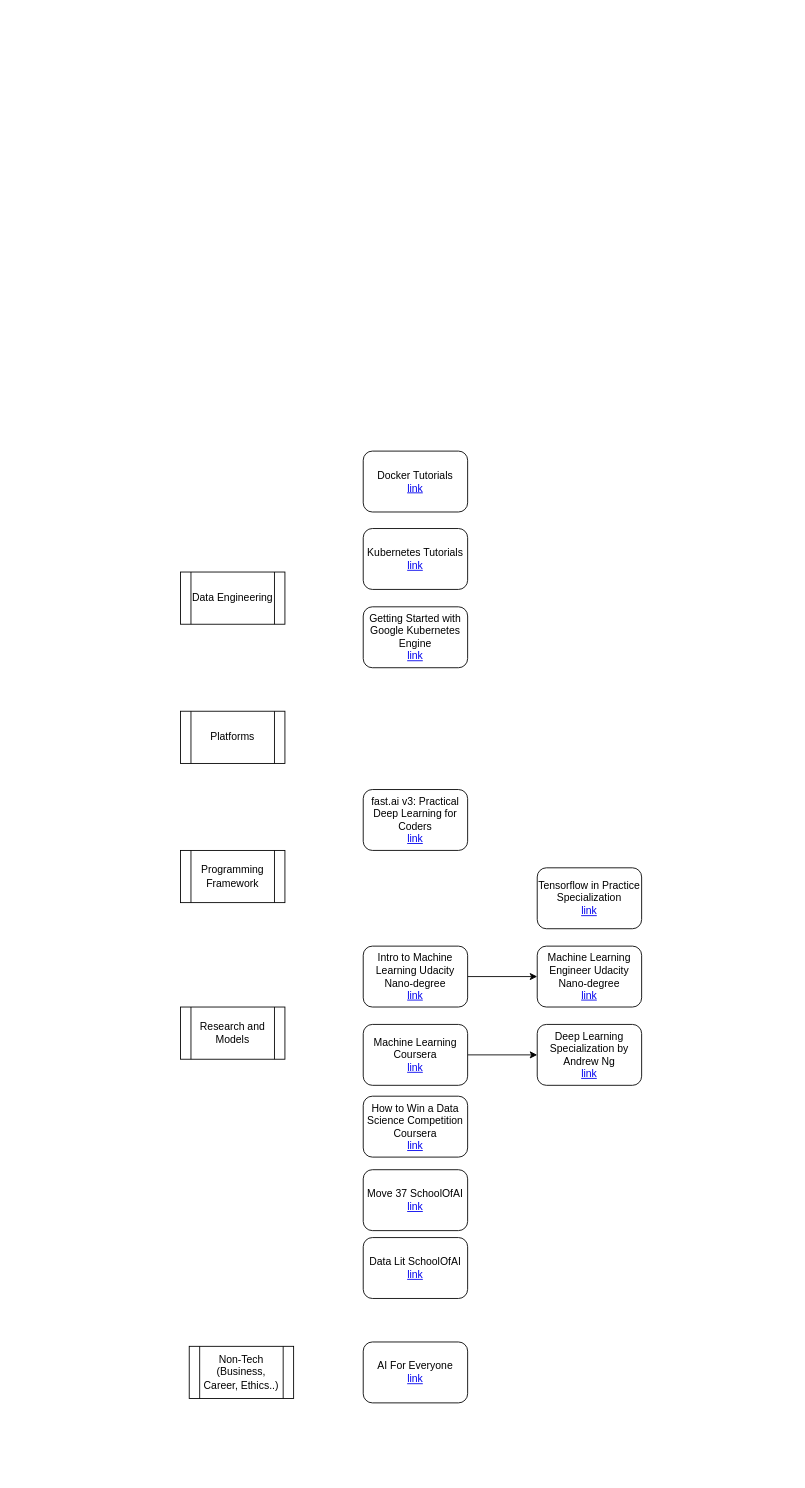
Earlier version of the draw.io diagram SofAI Curriculum.drawio (lucas29/GenevaSchoolofAI). Source tidied: cells renumbered, new cells numbered last; positions are measured from the earlier drawing's top-left corner, leaving out a move shared by most shapes. Both pictures are drawn from the tidied source at 87%, with x=0, y=0 at pixel (180, 451).
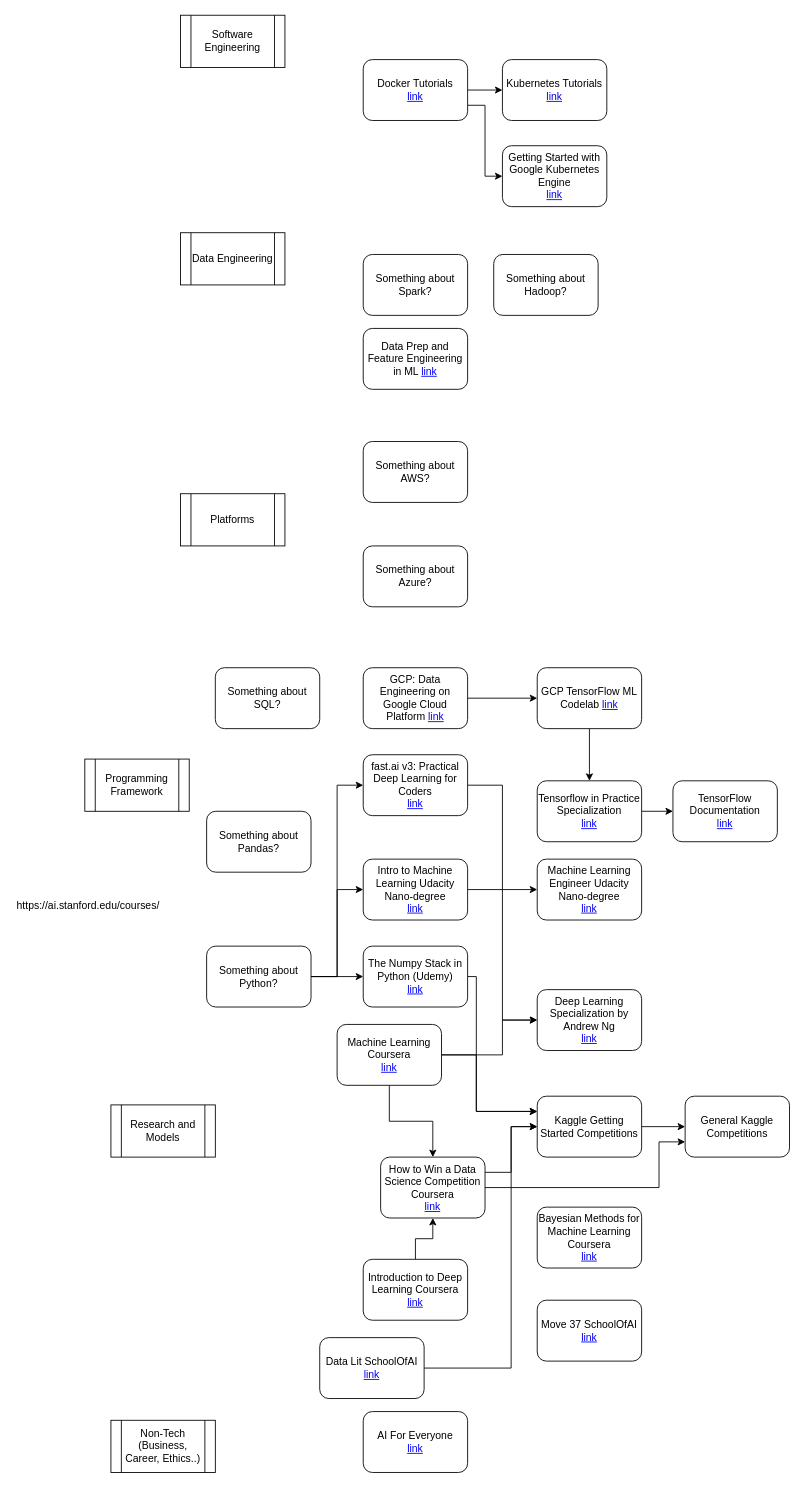
After the change.

The edit, as a diff of the source:
```diff
@@
     <mxCell id="2" value="Data Engineering" style="shape=process;whiteSpace=wrap;html=1;backgroundOutline=1;" parent="1" vertex="1">
-      <mxGeometry y="139" width="120" height="60" as="geometry" />
+      <mxGeometry y="-251" width="120" height="60" as="geometry" />
     </mxCell>
     <mxCell id="3" value="Platforms" style="shape=process;whiteSpace=wrap;html=1;backgroundOutline=1;" parent="1" vertex="1">
-      <mxGeometry y="299" width="120" height="60" as="geometry" />
+      <mxGeometry y="49" width="120" height="60" as="geometry" />
     </mxCell>
     <mxCell id="4" value="Programming Framework" style="shape=process;whiteSpace=wrap;html=1;backgroundOutline=1;" parent="1" vertex="1">
-      <mxGeometry y="459" width="120" height="60" as="geometry" />
+      <mxGeometry x="-110" y="354" width="120" height="60" as="geometry" />
     </mxCell>
     <mxCell id="5" value="Research and Models" style="shape=process;whiteSpace=wrap;html=1;backgroundOutline=1;" parent="1" vertex="1">
-      <mxGeometry y="639" width="120" height="60" as="geometry" />
+      <mxGeometry x="-80" y="751.5" width="120" height="60" as="geometry" />
     </mxCell>
     <mxCell id="6" style="edgeStyle=orthogonalEdgeStyle;rounded=0;jettySize=auto;html=1;" parent="1" edge="1" source="7" target="8">
-      <mxGeometry relative="1" as="geometry" />
+      <mxGeometry relative="1" as="geometry">
+        <Array as="points">
+          <mxPoint x="370" y="694" />
+          <mxPoint x="370" y="654" />
+        </Array>
+      </mxGeometry>
     </mxCell>
+    <mxCell id="22" style="edgeStyle=orthogonalEdgeStyle;rounded=0;jettySize=auto;html=1;exitX=1;exitY=0.5;exitDx=0;exitDy=0;entryX=0;entryY=0.25;entryDx=0;entryDy=0;" parent="1" edge="1" source="7" target="31">
+      <mxGeometry relative="1" as="geometry">
+        <Array as="points">
+          <mxPoint x="340" y="694" />
+          <mxPoint x="340" y="759" />
+        </Array>
+      </mxGeometry>
+    </mxCell>
+    <mxCell id="23" style="edgeStyle=orthogonalEdgeStyle;rounded=0;jettySize=auto;html=1;exitX=0.5;exitY=1;exitDx=0;exitDy=0;entryX=0.5;entryY=0;entryDx=0;entryDy=0;" parent="1" edge="1" source="7" target="17">
+      <mxGeometry relative="1" as="geometry" />
+    </mxCell>
     <mxCell id="7" value="Machine Learning Coursera&lt;br&gt;&lt;a href=&quot;https://www.coursera.org/learn/machine-learning&quot;&gt;link&lt;/a&gt;&lt;br&gt;" style="rounded=1;whiteSpace=wrap;html=1;" parent="1" vertex="1">
-      <mxGeometry x="210" y="659" width="120" height="70" as="geometry" />
+      <mxGeometry x="180" y="659" width="120" height="70" as="geometry" />
     </mxCell>
     <mxCell id="8" value="Deep Learning Specialization by Andrew Ng&lt;br&gt;&lt;a href=&quot;https://www.coursera.org/specializations/deep-learning&quot;&gt;link&lt;/a&gt;&lt;br&gt;" style="rounded=1;whiteSpace=wrap;html=1;" parent="1" vertex="1">
-      <mxGeometry x="410" y="659" width="120" height="70" as="geometry" />
+      <mxGeometry x="410" y="619" width="120" height="70" as="geometry" />
     </mxCell>
     <mxCell id="9" value="Non-Tech (Business, Career, Ethics..)" style="shape=process;whiteSpace=wrap;html=1;backgroundOutline=1;" parent="1" vertex="1">
-      <mxGeometry x="10" y="1029" width="120" height="60" as="geometry" />
+      <mxGeometry x="-80" y="1114" width="120" height="60" as="geometry" />
     </mxCell>
     <mxCell id="10" value="AI For Everyone&lt;br&gt;&lt;a href=&quot;https://www.coursera.org/learn/ai-for-everyone&quot;&gt;link&lt;/a&gt;&lt;br&gt;" style="rounded=1;whiteSpace=wrap;html=1;" parent="1" vertex="1">
-      <mxGeometry x="210" y="1024" width="120" height="70" as="geometry" />
+      <mxGeometry x="210" y="1104" width="120" height="70" as="geometry" />
     </mxCell>
+    <mxCell id="24" style="edgeStyle=orthogonalEdgeStyle;rounded=0;jettySize=auto;html=1;exitX=1;exitY=0.5;exitDx=0;exitDy=0;entryX=0;entryY=0.5;entryDx=0;entryDy=0;" parent="1" edge="1" source="11" target="49">
+      <mxGeometry relative="1" as="geometry" />
+    </mxCell>
     <mxCell id="11" value="Tensorflow in Practice Specialization&lt;br&gt;&lt;a href=&quot;https://www.coursera.org/specializations/tensorflow-in-practice&quot;&gt;link&lt;/a&gt;&lt;br&gt;" style="rounded=1;whiteSpace=wrap;html=1;" parent="1" vertex="1">
-      <mxGeometry x="410" y="479" width="120" height="70" as="geometry" />
+      <mxGeometry x="410" y="379" width="120" height="70" as="geometry" />
     </mxCell>
+    <mxCell id="25" style="edgeStyle=orthogonalEdgeStyle;rounded=0;jettySize=auto;html=1;exitX=1;exitY=0.5;exitDx=0;exitDy=0;entryX=0;entryY=0.5;entryDx=0;entryDy=0;" parent="1" edge="1" source="12" target="8">
+      <mxGeometry relative="1" as="geometry" />
+    </mxCell>
     <mxCell id="12" value="fast.ai v3: Practical Deep Learning for Coders&lt;br&gt;&lt;a href=&quot;https://course.fast.ai/&quot;&gt;link&lt;/a&gt;&lt;br&gt;" style="rounded=1;whiteSpace=wrap;html=1;" parent="1" vertex="1">
-      <mxGeometry x="210" y="389" width="120" height="70" as="geometry" />
+      <mxGeometry x="210" y="349" width="120" height="70" as="geometry" />
     </mxCell>
     <mxCell id="13" value="Move 37 SchoolOfAI&lt;br&gt;&lt;a href=&quot;https://www.theschool.ai/courses/move-37-course/&quot;&gt;link&lt;/a&gt;&lt;br&gt;" style="rounded=1;whiteSpace=wrap;html=1;" parent="1" vertex="1">
-      <mxGeometry x="210" y="826" width="120" height="70" as="geometry" />
+      <mxGeometry x="410" y="976" width="120" height="70" as="geometry" />
     </mxCell>
     <mxCell id="14" value="Getting Started with Google Kubernetes Engine&lt;br&gt;&lt;a href=&quot;https://www.coursera.org/learn/google-kubernetes-engine&quot;&gt;link&lt;/a&gt;&lt;br&gt;" style="rounded=1;whiteSpace=wrap;html=1;" parent="1" vertex="1">
-      <mxGeometry x="210" y="179" width="120" height="70" as="geometry" />
+      <mxGeometry x="370" y="-351" width="120" height="70" as="geometry" />
     </mxCell>
     <mxCell id="15" value="Kubernetes Tutorials&lt;br&gt;&lt;a href=&quot;https://kubernetes.io/docs/tutorials/&quot;&gt;link&lt;/a&gt;&lt;br&gt;" style="rounded=1;whiteSpace=wrap;html=1;" parent="1" vertex="1">
-      <mxGeometry x="210" y="89" width="120" height="70" as="geometry" />
+      <mxGeometry x="370" y="-450" width="120" height="70" as="geometry" />
     </mxCell>
+    <mxCell id="26" style="edgeStyle=orthogonalEdgeStyle;rounded=0;jettySize=auto;html=1;exitX=1;exitY=0.5;exitDx=0;exitDy=0;entryX=0;entryY=0.5;entryDx=0;entryDy=0;" parent="1" edge="1" source="16" target="15">
+      <mxGeometry relative="1" as="geometry" />
+    </mxCell>
+    <mxCell id="27" style="edgeStyle=orthogonalEdgeStyle;rounded=0;jettySize=auto;html=1;exitX=1;exitY=0.75;exitDx=0;exitDy=0;entryX=0;entryY=0.5;entryDx=0;entryDy=0;" parent="1" edge="1" source="16" target="14">
+      <mxGeometry relative="1" as="geometry" />
+    </mxCell>
     <mxCell id="16" value="Docker Tutorials&lt;br&gt;&lt;a href=&quot;https://docs.docker.com/get-started/&quot;&gt;link&lt;/a&gt;&lt;br&gt;" style="rounded=1;whiteSpace=wrap;html=1;" parent="1" vertex="1">
-      <mxGeometry x="210" width="120" height="70" as="geometry" />
+      <mxGeometry x="210" y="-450" width="120" height="70" as="geometry" />
     </mxCell>
+    <mxCell id="28" style="edgeStyle=orthogonalEdgeStyle;rounded=0;jettySize=auto;html=1;exitX=1;exitY=0.25;exitDx=0;exitDy=0;" parent="1" edge="1" source="17" target="31">
+      <mxGeometry relative="1" as="geometry" />
+    </mxCell>
+    <mxCell id="29" style="edgeStyle=orthogonalEdgeStyle;rounded=0;jettySize=auto;html=1;exitX=1;exitY=0.5;exitDx=0;exitDy=0;entryX=0;entryY=0.75;entryDx=0;entryDy=0;" parent="1" edge="1" source="17" target="32">
+      <mxGeometry relative="1" as="geometry">
+        <Array as="points">
+          <mxPoint x="550" y="847" />
+          <mxPoint x="550" y="794" />
+        </Array>
+      </mxGeometry>
+    </mxCell>
     <mxCell id="17" value="How to Win a Data Science Competition Coursera&lt;br&gt;&lt;a href=&quot;https://www.coursera.org/learn/competitive-data-science&quot;&gt;link&lt;/a&gt;&lt;br&gt;" style="rounded=1;whiteSpace=wrap;html=1;" parent="1" vertex="1">
-      <mxGeometry x="210" y="741.5" width="120" height="70" as="geometry" />
+      <mxGeometry x="230" y="811.5" width="120" height="70" as="geometry" />
     </mxCell>
+    <mxCell id="30" style="edgeStyle=orthogonalEdgeStyle;rounded=0;jettySize=auto;html=1;" parent="1" edge="1" source="31" target="32">
+      <mxGeometry relative="1" as="geometry" />
+    </mxCell>
+    <mxCell id="31" value="Kaggle Getting Started Competitions&lt;br&gt;" style="rounded=1;whiteSpace=wrap;html=1;" parent="1" vertex="1">
+      <mxGeometry x="410" y="741.5" width="120" height="70" as="geometry" />
+    </mxCell>
+    <mxCell id="32" value="General Kaggle Competitions&lt;br&gt;" style="rounded=1;whiteSpace=wrap;html=1;" parent="1" vertex="1">
+      <mxGeometry x="580" y="741.5" width="120" height="70" as="geometry" />
+    </mxCell>
@@
     <mxCell id="19" value="Intro to Machine Learning Udacity Nano-degree&lt;br&gt;&lt;a href=&quot;https://www.udacity.com/course/machine-learning-engineer-nanodegree--nd009t&quot;&gt;link&lt;/a&gt;&lt;br&gt;" style="rounded=1;whiteSpace=wrap;html=1;" parent="1" vertex="1">
-      <mxGeometry x="210" y="569" width="120" height="70" as="geometry" />
+      <mxGeometry x="210" y="469" width="120" height="70" as="geometry" />
     </mxCell>
     <mxCell id="20" value="Machine Learning Engineer Udacity Nano-degree&lt;br&gt;&lt;a href=&quot;https://www.udacity.com/course/machine-learning-engineer-nanodegree--nd009t&quot;&gt;link&lt;/a&gt;&lt;br&gt;" style="rounded=1;whiteSpace=wrap;html=1;" parent="1" vertex="1">
-      <mxGeometry x="410" y="569" width="120" height="70" as="geometry" />
+      <mxGeometry x="410" y="469" width="120" height="70" as="geometry" />
     </mxCell>
+    <mxCell id="33" style="edgeStyle=orthogonalEdgeStyle;rounded=0;jettySize=auto;html=1;exitX=1;exitY=0.5;exitDx=0;exitDy=0;entryX=0;entryY=0.5;entryDx=0;entryDy=0;" parent="1" edge="1" source="21" target="31">
+      <mxGeometry relative="1" as="geometry">
+        <Array as="points">
+          <mxPoint x="380" y="1054" />
+          <mxPoint x="380" y="777" />
+        </Array>
+      </mxGeometry>
+    </mxCell>
     <mxCell id="21" value="Data Lit SchoolOfAI&lt;br&gt;&lt;a href=&quot;https://www.theschool.ai/courses/data-lit/&quot;&gt;link&lt;/a&gt;&lt;br&gt;" style="rounded=1;whiteSpace=wrap;html=1;" parent="1" vertex="1">
-      <mxGeometry x="210" y="904" width="120" height="70" as="geometry" />
+      <mxGeometry x="160" y="1019" width="120" height="70" as="geometry" />
     </mxCell>
+    <mxCell id="34" value="Something about Spark?&lt;br&gt;" style="rounded=1;whiteSpace=wrap;html=1;" parent="1" vertex="1">
+      <mxGeometry x="210" y="-226" width="120" height="70" as="geometry" />
+    </mxCell>
+    <mxCell id="35" value="Something about AWS?&lt;br&gt;" style="rounded=1;whiteSpace=wrap;html=1;" parent="1" vertex="1">
+      <mxGeometry x="210" y="-11" width="120" height="70" as="geometry" />
+    </mxCell>
+    <mxCell id="36" value="Something about Azure?&lt;br&gt;" style="rounded=1;whiteSpace=wrap;html=1;" parent="1" vertex="1">
+      <mxGeometry x="210" y="109" width="120" height="70" as="geometry" />
+    </mxCell>
+    <mxCell id="37" style="edgeStyle=orthogonalEdgeStyle;rounded=0;jettySize=auto;html=1;" parent="1" edge="1" source="38" target="40">
+      <mxGeometry relative="1" as="geometry" />
+    </mxCell>
+    <mxCell id="38" value="GCP: Data Engineering on Google Cloud Platform &lt;a href=&quot;https://www.coursera.org/specializations/gcp-data-machine-learning&quot;&gt;link&lt;/a&gt;&lt;br&gt;" style="rounded=1;whiteSpace=wrap;html=1;" parent="1" vertex="1">
+      <mxGeometry x="210" y="249" width="120" height="70" as="geometry" />
+    </mxCell>
+    <mxCell id="39" style="edgeStyle=orthogonalEdgeStyle;rounded=0;jettySize=auto;html=1;exitX=0.5;exitY=1;exitDx=0;exitDy=0;entryX=0.5;entryY=0;entryDx=0;entryDy=0;" parent="1" edge="1" source="40" target="11">
+      <mxGeometry relative="1" as="geometry" />
+    </mxCell>
+    <mxCell id="40" value="GCP TensorFlow ML Codelab&amp;nbsp;&lt;a href=&quot;https://codelabs.developers.google.com/codelabs/end-to-end-ml/index.html&quot;&gt;link&lt;/a&gt;&lt;br&gt;" style="rounded=1;whiteSpace=wrap;html=1;" parent="1" vertex="1">
+      <mxGeometry x="410" y="249" width="120" height="70" as="geometry" />
+    </mxCell>
+    <mxCell id="41" style="edgeStyle=orthogonalEdgeStyle;rounded=0;jettySize=auto;html=1;exitX=1;exitY=0.5;exitDx=0;exitDy=0;entryX=0;entryY=0.25;entryDx=0;entryDy=0;" parent="1" edge="1" source="42" target="31">
+      <mxGeometry relative="1" as="geometry">
+        <Array as="points">
+          <mxPoint x="340" y="604" />
+          <mxPoint x="340" y="759" />
+        </Array>
+      </mxGeometry>
+    </mxCell>
+    <mxCell id="42" value="The Numpy Stack in Python (Udemy)&lt;br&gt;&lt;a href=&quot;https://www.udemy.com/deep-learning-prerequisites-the-numpy-stack-in-python/&quot;&gt;link&lt;/a&gt;&lt;br&gt;" style="rounded=1;whiteSpace=wrap;html=1;" parent="1" vertex="1">
+      <mxGeometry x="210" y="569" width="120" height="70" as="geometry" />
+    </mxCell>
+    <mxCell id="43" style="edgeStyle=orthogonalEdgeStyle;rounded=0;jettySize=auto;html=1;exitX=0.5;exitY=0;exitDx=0;exitDy=0;entryX=0.5;entryY=1;entryDx=0;entryDy=0;" parent="1" edge="1" source="44" target="17">
+      <mxGeometry relative="1" as="geometry" />
+    </mxCell>
+    <mxCell id="44" value="Introduction to Deep Learning Coursera&lt;br&gt;&lt;a href=&quot;https://www.coursera.org/learn/intro-to-deep-learning?specialization=aml&quot;&gt;link&lt;/a&gt;&lt;br&gt;" style="rounded=1;whiteSpace=wrap;html=1;" parent="1" vertex="1">
+      <mxGeometry x="210" y="929" width="120" height="70" as="geometry" />
+    </mxCell>
+    <mxCell id="45" value="Bayesian Methods for Machine Learning Coursera&lt;br&gt;&lt;a href=&quot;https://www.coursera.org/learn/bayesian-methods-in-machine-learning&quot;&gt;link&lt;/a&gt;&lt;br&gt;" style="rounded=1;whiteSpace=wrap;html=1;" parent="1" vertex="1">
+      <mxGeometry x="410" y="869" width="120" height="70" as="geometry" />
+    </mxCell>
+    <mxCell id="46" value="https://ai.stanford.edu/courses/" style="text;html=1;" parent="1" vertex="1">
+      <mxGeometry x="-190" y="509" width="190" height="30" as="geometry" />
+    </mxCell>
+    <mxCell id="47" value="Data Prep and Feature Engineering in ML &lt;a href=&quot;https://developers.google.com/machine-learning/data-prep/&quot;&gt;link&lt;/a&gt;&lt;br&gt;" style="rounded=1;whiteSpace=wrap;html=1;" parent="1" vertex="1">
+      <mxGeometry x="210" y="-141" width="120" height="70" as="geometry" />
+    </mxCell>
+    <mxCell id="48" value="Software Engineering" style="shape=process;whiteSpace=wrap;html=1;backgroundOutline=1;" parent="1" vertex="1">
+      <mxGeometry y="-501" width="120" height="60" as="geometry" />
+    </mxCell>
+    <mxCell id="49" value="TensorFlow Documentation&lt;br&gt;&lt;a href=&quot;https://www.tensorflow.org/guide/&quot;&gt;link&lt;/a&gt;&lt;br&gt;" style="rounded=1;whiteSpace=wrap;html=1;" parent="1" vertex="1">
+      <mxGeometry x="566" y="379" width="120" height="70" as="geometry" />
+    </mxCell>
+    <mxCell id="50" value="Something about Hadoop?&lt;br&gt;" style="rounded=1;whiteSpace=wrap;html=1;" parent="1" vertex="1">
+      <mxGeometry x="360" y="-226" width="120" height="70" as="geometry" />
+    </mxCell>
+    <mxCell id="51" style="edgeStyle=orthogonalEdgeStyle;rounded=0;jettySize=auto;html=1;exitX=1;exitY=0.5;exitDx=0;exitDy=0;entryX=0;entryY=0.5;entryDx=0;entryDy=0;" parent="1" edge="1" source="54" target="42">
+      <mxGeometry relative="1" as="geometry" />
+    </mxCell>
+    <mxCell id="52" style="edgeStyle=orthogonalEdgeStyle;rounded=0;jettySize=auto;html=1;exitX=1;exitY=0.5;exitDx=0;exitDy=0;entryX=0;entryY=0.5;entryDx=0;entryDy=0;" parent="1" edge="1" source="54" target="19">
+      <mxGeometry relative="1" as="geometry" />
+    </mxCell>
+    <mxCell id="53" style="edgeStyle=orthogonalEdgeStyle;rounded=0;jettySize=auto;html=1;exitX=1;exitY=0.5;exitDx=0;exitDy=0;entryX=0;entryY=0.5;entryDx=0;entryDy=0;" parent="1" edge="1" source="54" target="12">
+      <mxGeometry relative="1" as="geometry" />
+    </mxCell>
+    <mxCell id="54" value="Something about Python?&lt;br&gt;" style="rounded=1;whiteSpace=wrap;html=1;" parent="1" vertex="1">
+      <mxGeometry x="30" y="569" width="120" height="70" as="geometry" />
+    </mxCell>
+    <mxCell id="55" value="Something about SQL?&lt;br&gt;" style="rounded=1;whiteSpace=wrap;html=1;" parent="1" vertex="1">
+      <mxGeometry x="40" y="249" width="120" height="70" as="geometry" />
+    </mxCell>
+    <mxCell id="56" value="Something about Pandas?&lt;br&gt;" style="rounded=1;whiteSpace=wrap;html=1;" parent="1" vertex="1">
+      <mxGeometry x="30" y="414" width="120" height="70" as="geometry" />
+    </mxCell>
```
